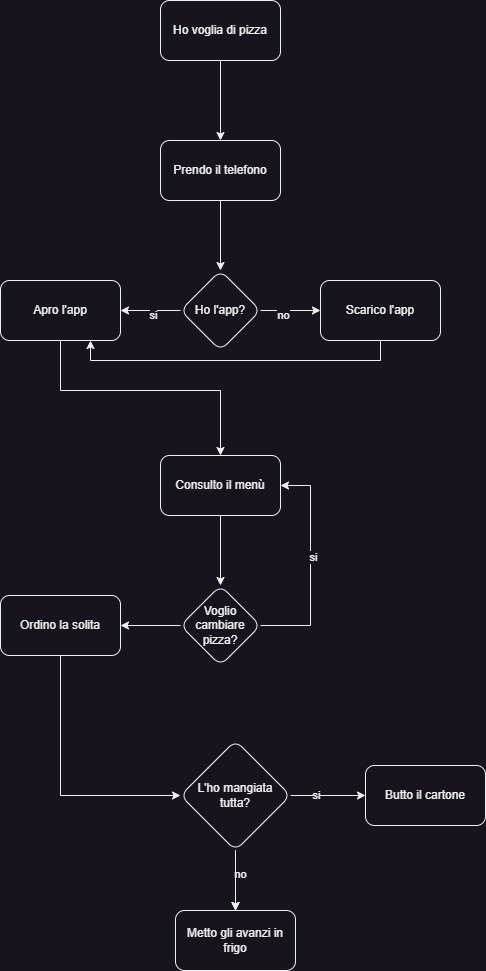
Francesco-Rapetti/human-code keeps this draw.io diagram as DiagrammaOrdinareUnaPizza.png. Above is the earlier version. Source tidied: cells renumbered, new cells last; positions are measured from the earlier drawing's top-left corner, leaving out a move shared by most shapes. Its diagram source:
```xml
<mxGraphModel>
  <root>
    <mxCell id="0" />
    <mxCell id="1" parent="0" />
    <mxCell id="2" style="edgeStyle=orthogonalEdgeStyle;rounded=0;jettySize=auto;html=1;" parent="1" edge="1" source="3" target="5">
      <mxGeometry relative="1" as="geometry" />
    </mxCell>
    <mxCell id="3" value="Ho voglia di pizza" style="rounded=1;whiteSpace=wrap;html=1;" parent="1" vertex="1">
      <mxGeometry x="160" width="120" height="60" as="geometry" />
    </mxCell>
    <mxCell id="4" style="edgeStyle=orthogonalEdgeStyle;rounded=0;jettySize=auto;html=1;" parent="1" edge="1" source="5" target="10">
      <mxGeometry relative="1" as="geometry" />
    </mxCell>
    <mxCell id="5" value="Prendo il telefono" style="whiteSpace=wrap;html=1;rounded=1;" parent="1" vertex="1">
      <mxGeometry x="160" y="140" width="120" height="60" as="geometry" />
    </mxCell>
    <mxCell id="6" style="edgeStyle=orthogonalEdgeStyle;rounded=0;jettySize=auto;html=1;" parent="1" edge="1" source="10" target="12">
      <mxGeometry relative="1" as="geometry" />
    </mxCell>
    <mxCell id="7" value="no" style="edgeLabel;html=1;align=center;verticalAlign=middle;" parent="6" vertex="1">
      <mxGeometry x="-0.28" y="-4" relative="1" as="geometry" />
    </mxCell>
    <mxCell id="8" style="edgeStyle=orthogonalEdgeStyle;rounded=0;jettySize=auto;html=1;" parent="1" edge="1" source="10" target="14">
      <mxGeometry relative="1" as="geometry" />
    </mxCell>
    <mxCell id="9" value="si" style="edgeLabel;html=1;align=center;verticalAlign=middle;" parent="8" vertex="1">
      <mxGeometry x="-0.06" y="4" relative="1" as="geometry" />
    </mxCell>
    <mxCell id="10" value="Ho l'app?" style="rhombus;whiteSpace=wrap;html=1;rounded=1;" parent="1" vertex="1">
      <mxGeometry x="180" y="270" width="80" height="80" as="geometry" />
    </mxCell>
    <mxCell id="11" style="edgeStyle=orthogonalEdgeStyle;rounded=0;jettySize=auto;html=1;exitX=0.5;exitY=1;exitDx=0;exitDy=0;entryX=0.75;entryY=1;entryDx=0;entryDy=0;" parent="1" edge="1" source="12" target="14">
      <mxGeometry relative="1" as="geometry" />
    </mxCell>
    <mxCell id="12" value="Scarico l'app" style="whiteSpace=wrap;html=1;rounded=1;" parent="1" vertex="1">
      <mxGeometry x="320" y="280" width="120" height="60" as="geometry" />
    </mxCell>
    <mxCell id="13" style="edgeStyle=orthogonalEdgeStyle;rounded=0;jettySize=auto;html=1;" parent="1" edge="1" source="14" target="16">
      <mxGeometry relative="1" as="geometry">
        <Array as="points">
          <mxPoint x="60" y="390" />
          <mxPoint x="220" y="390" />
        </Array>
      </mxGeometry>
    </mxCell>
    <mxCell id="14" value="Apro l'app" style="whiteSpace=wrap;html=1;rounded=1;" parent="1" vertex="1">
      <mxGeometry y="280" width="120" height="60" as="geometry" />
    </mxCell>
    <mxCell id="15" style="edgeStyle=orthogonalEdgeStyle;rounded=0;jettySize=auto;html=1;" parent="1" edge="1" source="16" target="20">
      <mxGeometry relative="1" as="geometry" />
    </mxCell>
    <mxCell id="16" value="Consulto il menù" style="whiteSpace=wrap;html=1;rounded=1;" parent="1" vertex="1">
      <mxGeometry x="160" y="455" width="120" height="60" as="geometry" />
    </mxCell>
    <mxCell id="17" style="edgeStyle=orthogonalEdgeStyle;rounded=0;jettySize=auto;html=1;exitX=1;exitY=0.5;exitDx=0;exitDy=0;entryX=1;entryY=0.5;entryDx=0;entryDy=0;" parent="1" edge="1" source="20" target="16">
      <mxGeometry relative="1" as="geometry">
        <Array as="points">
          <mxPoint x="310" y="625" />
          <mxPoint x="310" y="485" />
        </Array>
      </mxGeometry>
    </mxCell>
    <mxCell id="18" value="si" style="edgeLabel;html=1;align=center;verticalAlign=middle;" parent="17" vertex="1">
      <mxGeometry x="0.08" y="-2" relative="1" as="geometry" />
    </mxCell>
    <mxCell id="19" style="edgeStyle=orthogonalEdgeStyle;rounded=0;jettySize=auto;html=1;" parent="1" edge="1" source="20" target="22">
      <mxGeometry relative="1" as="geometry" />
    </mxCell>
    <mxCell id="20" value="Voglio cambiare pizza?" style="rhombus;whiteSpace=wrap;html=1;rounded=1;" parent="1" vertex="1">
      <mxGeometry x="180" y="585" width="80" height="80" as="geometry" />
    </mxCell>
    <mxCell id="21" style="edgeStyle=orthogonalEdgeStyle;rounded=0;jettySize=auto;html=1;entryX=0;entryY=0.5;entryDx=0;entryDy=0;" parent="1" edge="1" source="22" target="29">
      <mxGeometry relative="1" as="geometry">
        <Array as="points">
          <mxPoint x="60" y="795" />
        </Array>
      </mxGeometry>
    </mxCell>
    <mxCell id="22" value="Ordino la solita" style="whiteSpace=wrap;html=1;rounded=1;" parent="1" vertex="1">
      <mxGeometry y="595" width="120" height="60" as="geometry" />
    </mxCell>
    <mxCell id="23" style="edgeStyle=orthogonalEdgeStyle;rounded=0;jettySize=auto;html=1;" parent="1" edge="1" source="29" target="30">
      <mxGeometry relative="1" as="geometry" />
    </mxCell>
    <mxCell id="24" value="no" style="edgeLabel;html=1;align=center;verticalAlign=middle;" parent="23" vertex="1">
      <mxGeometry x="-0.23" y="4" relative="1" as="geometry" />
    </mxCell>
    <mxCell id="25" style="edgeStyle=orthogonalEdgeStyle;rounded=0;jettySize=auto;html=1;" parent="1" edge="1" source="29" target="30">
      <mxGeometry relative="1" as="geometry" />
    </mxCell>
    <mxCell id="26" style="edgeStyle=orthogonalEdgeStyle;rounded=0;jettySize=auto;html=1;" parent="1" edge="1" source="29" target="30">
      <mxGeometry relative="1" as="geometry" />
    </mxCell>
    <mxCell id="27" style="edgeStyle=orthogonalEdgeStyle;rounded=0;jettySize=auto;html=1;" parent="1" edge="1" source="29" target="31">
      <mxGeometry relative="1" as="geometry" />
    </mxCell>
    <mxCell id="28" value="si" style="edgeLabel;html=1;align=center;verticalAlign=middle;" parent="27" vertex="1">
      <mxGeometry x="-0.34" y="1" relative="1" as="geometry" />
    </mxCell>
    <mxCell id="29" value="L'ho mangiata tutta?" style="rhombus;whiteSpace=wrap;html=1;rounded=1;" parent="1" vertex="1">
      <mxGeometry x="180" y="740" width="110" height="110" as="geometry" />
    </mxCell>
    <mxCell id="30" value="Metto gli avanzi in frigo" style="whiteSpace=wrap;html=1;rounded=1;" parent="1" vertex="1">
      <mxGeometry x="175" y="910" width="120" height="60" as="geometry" />
    </mxCell>
    <mxCell id="31" value="Butto il cartone" style="whiteSpace=wrap;html=1;rounded=1;" parent="1" vertex="1">
      <mxGeometry x="365" y="765" width="120" height="60" as="geometry" />
    </mxCell>
  </root>
</mxGraphModel>
```
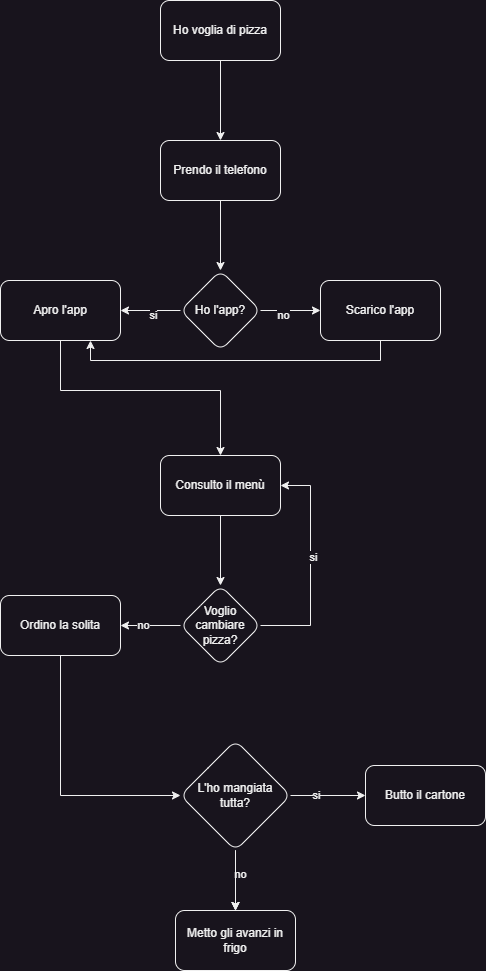
The same file after the commit.

What changed in the source:
```diff
@@ -66,6 +66,9 @@
     <mxCell id="19" style="edgeStyle=orthogonalEdgeStyle;rounded=0;jettySize=auto;html=1;" parent="1" edge="1" source="20" target="22">
       <mxGeometry relative="1" as="geometry" />
     </mxCell>
+    <mxCell id="32" value="no" style="edgeLabel;html=1;align=center;verticalAlign=middle;" parent="19" vertex="1">
+      <mxGeometry x="0.28" y="-1" relative="1" as="geometry" />
+    </mxCell>
     <mxCell id="20" value="Voglio cambiare pizza?" style="rhombus;whiteSpace=wrap;html=1;rounded=1;" parent="1" vertex="1">
       <mxGeometry x="180" y="585" width="80" height="80" as="geometry" />
     </mxCell>
```
